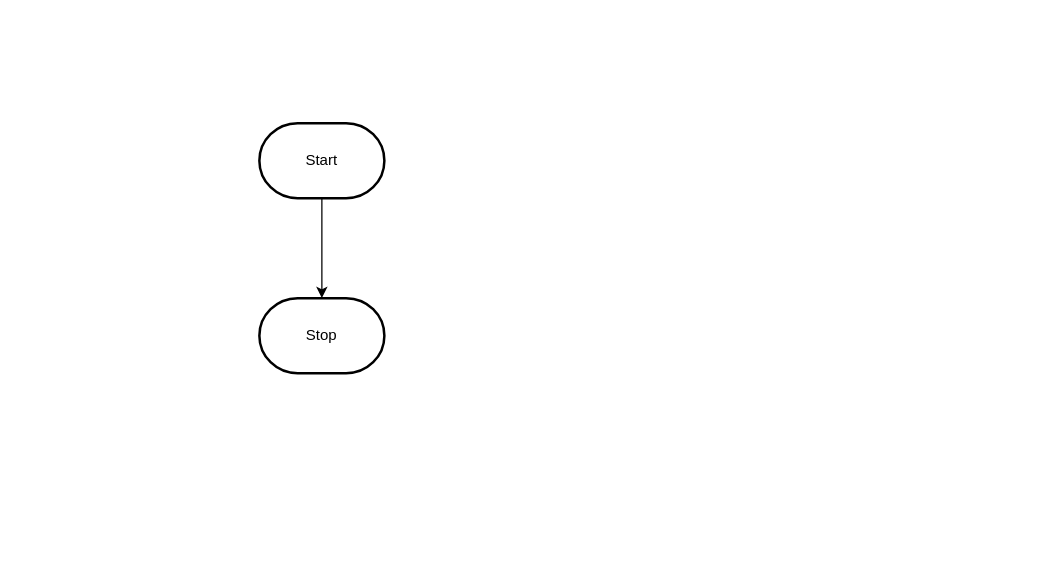
The draw.io diagram design/flowchart.drawio in MTHS-ICD2O-1-2023/ICD2O-Unit-5-03-manya-feng, before the edit. Source tidied: cells renumbered, new cells numbered last; positions are measured from the earlier drawing's top-left corner, leaving out a move shared by most shapes. Both pictures are drawn from the tidied source at 125%, with x=0, y=0 at pixel (259, 122).
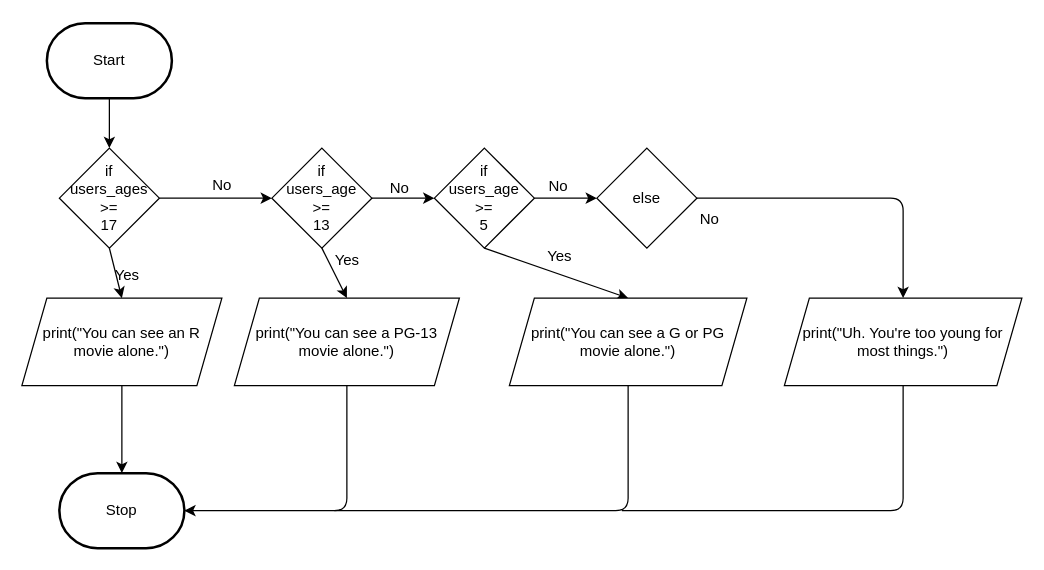
After the change.

Diff of the diagram source:
```diff
@@
-    <mxCell id="2" style="edgeStyle=orthogonalEdgeStyle;html=1;rounded=0;" parent="1" edge="1" source="3" target="4">
-      <mxGeometry relative="1" as="geometry" />
-    </mxCell>
+    <mxCell id="5" style="edgeStyle=none;html=1;exitX=0.5;exitY=1;exitDx=0;exitDy=0;exitPerimeter=0;entryX=0.5;entryY=0;entryDx=0;entryDy=0;" parent="1" edge="1" source="3" target="2">
+      <mxGeometry relative="1" as="geometry" />
+    </mxCell>
     <mxCell id="3" value="Start" style="strokeWidth=2;html=1;shape=mxgraph.flowchart.terminator;whiteSpace=wrap;" parent="1" vertex="1">
-      <mxGeometry width="100" height="60" as="geometry" />
+      <mxGeometry x="-170" y="-80" width="100" height="60" as="geometry" />
     </mxCell>
     <mxCell id="4" value="Stop" style="strokeWidth=2;html=1;shape=mxgraph.flowchart.terminator;whiteSpace=wrap;" parent="1" vertex="1">
-      <mxGeometry y="140" width="100" height="60" as="geometry" />
+      <mxGeometry x="-160" y="280" width="100" height="60" as="geometry" />
     </mxCell>
+    <mxCell id="6" style="edgeStyle=none;html=1;exitX=0.5;exitY=1;exitDx=0;exitDy=0;entryX=0.5;entryY=0;entryDx=0;entryDy=0;" parent="1" edge="1" source="2" target="9">
+      <mxGeometry relative="1" as="geometry" />
+    </mxCell>
+    <mxCell id="7" style="edgeStyle=none;html=1;exitX=1;exitY=0.5;exitDx=0;exitDy=0;entryX=0;entryY=0.5;entryDx=0;entryDy=0;" parent="1" edge="1" source="2" target="12">
+      <mxGeometry relative="1" as="geometry" />
+    </mxCell>
+    <mxCell id="2" value="if&lt;br&gt;users_ages&lt;br&gt;&amp;gt;=&lt;br&gt;17" style="rhombus;whiteSpace=wrap;html=1;" parent="1" vertex="1">
+      <mxGeometry x="-160" y="20" width="80" height="80" as="geometry" />
+    </mxCell>
+    <mxCell id="8" style="edgeStyle=none;html=1;exitX=0.5;exitY=1;exitDx=0;exitDy=0;entryX=0.5;entryY=0;entryDx=0;entryDy=0;entryPerimeter=0;" parent="1" edge="1" source="9" target="4">
+      <mxGeometry relative="1" as="geometry" />
+    </mxCell>
+    <mxCell id="9" value="print(&quot;You can see an R movie alone.&quot;)" style="shape=parallelogram;perimeter=parallelogramPerimeter;whiteSpace=wrap;html=1;fixedSize=1;" parent="1" vertex="1">
+      <mxGeometry x="-190" y="140" width="160" height="70" as="geometry" />
+    </mxCell>
+    <mxCell id="10" style="edgeStyle=none;html=1;exitX=1;exitY=0.5;exitDx=0;exitDy=0;entryX=0;entryY=0.5;entryDx=0;entryDy=0;" parent="1" edge="1" source="12" target="16">
+      <mxGeometry relative="1" as="geometry" />
+    </mxCell>
+    <mxCell id="11" style="edgeStyle=none;html=1;exitX=0.5;exitY=1;exitDx=0;exitDy=0;entryX=0.5;entryY=0;entryDx=0;entryDy=0;" parent="1" edge="1" source="12" target="22">
+      <mxGeometry relative="1" as="geometry" />
+    </mxCell>
+    <mxCell id="12" value="if&lt;br&gt;users_age&lt;br&gt;&amp;gt;=&lt;br&gt;13" style="rhombus;whiteSpace=wrap;html=1;" parent="1" vertex="1">
+      <mxGeometry x="10" y="20" width="80" height="80" as="geometry" />
+    </mxCell>
+    <mxCell id="13" value="No" style="text;html=1;align=center;verticalAlign=middle;strokeColor=none;fillColor=none;" parent="1" vertex="1">
+      <mxGeometry x="-50" y="35" width="40" height="30" as="geometry" />
+    </mxCell>
+    <mxCell id="14" style="edgeStyle=none;html=1;exitX=1;exitY=0.5;exitDx=0;exitDy=0;entryX=0;entryY=0.5;entryDx=0;entryDy=0;" parent="1" edge="1" source="16" target="19">
+      <mxGeometry relative="1" as="geometry" />
+    </mxCell>
+    <mxCell id="15" style="edgeStyle=none;html=1;exitX=0.5;exitY=1;exitDx=0;exitDy=0;entryX=0.5;entryY=0;entryDx=0;entryDy=0;" parent="1" edge="1" source="16" target="23">
+      <mxGeometry relative="1" as="geometry" />
+    </mxCell>
+    <mxCell id="16" value="if&lt;br&gt;users_age&lt;br&gt;&amp;gt;=&lt;br&gt;5" style="rhombus;whiteSpace=wrap;html=1;" parent="1" vertex="1">
+      <mxGeometry x="140" y="20" width="80" height="80" as="geometry" />
+    </mxCell>
+    <mxCell id="17" value="No" style="text;html=1;align=center;verticalAlign=middle;strokeColor=none;fillColor=none;" parent="1" vertex="1">
+      <mxGeometry x="92" y="37" width="40" height="30" as="geometry" />
+    </mxCell>
+    <mxCell id="18" style="edgeStyle=none;html=1;exitX=1;exitY=0.5;exitDx=0;exitDy=0;entryX=0.5;entryY=0;entryDx=0;entryDy=0;" parent="1" edge="1" source="19" target="24">
+      <mxGeometry relative="1" as="geometry">
+        <Array as="points">
+          <mxPoint x="515" y="60" />
+        </Array>
+      </mxGeometry>
+    </mxCell>
+    <mxCell id="19" value="else" style="rhombus;whiteSpace=wrap;html=1;" parent="1" vertex="1">
+      <mxGeometry x="270" y="20" width="80" height="80" as="geometry" />
+    </mxCell>
+    <mxCell id="20" value="No" style="text;html=1;align=center;verticalAlign=middle;strokeColor=none;fillColor=none;" parent="1" vertex="1">
+      <mxGeometry x="219" y="36" width="40" height="30" as="geometry" />
+    </mxCell>
+    <mxCell id="21" style="edgeStyle=none;html=1;exitX=0.5;exitY=1;exitDx=0;exitDy=0;entryX=1;entryY=0.5;entryDx=0;entryDy=0;entryPerimeter=0;" parent="1" edge="1" source="22" target="4">
+      <mxGeometry relative="1" as="geometry">
+        <Array as="points">
+          <mxPoint x="70" y="310" />
+        </Array>
+      </mxGeometry>
+    </mxCell>
+    <mxCell id="22" value="print(&quot;You can see a PG-13 movie alone.&quot;)" style="shape=parallelogram;perimeter=parallelogramPerimeter;whiteSpace=wrap;html=1;fixedSize=1;" parent="1" vertex="1">
+      <mxGeometry x="-20" y="140" width="180" height="70" as="geometry" />
+    </mxCell>
+    <mxCell id="23" value="print(&quot;You can see a G or PG movie alone.&quot;)" style="shape=parallelogram;perimeter=parallelogramPerimeter;whiteSpace=wrap;html=1;fixedSize=1;" parent="1" vertex="1">
+      <mxGeometry x="200" y="140" width="190" height="70" as="geometry" />
+    </mxCell>
+    <mxCell id="24" value="print(&quot;Uh. You're too young for most things.&quot;)" style="shape=parallelogram;perimeter=parallelogramPerimeter;whiteSpace=wrap;html=1;fixedSize=1;" parent="1" vertex="1">
+      <mxGeometry x="420" y="140" width="190" height="70" as="geometry" />
+    </mxCell>
+    <mxCell id="25" value="Yes" style="text;html=1;align=center;verticalAlign=middle;strokeColor=none;fillColor=none;" parent="1" vertex="1">
+      <mxGeometry x="-126" y="107" width="40" height="30" as="geometry" />
+    </mxCell>
+    <mxCell id="26" value="Yes" style="text;html=1;align=center;verticalAlign=middle;strokeColor=none;fillColor=none;" parent="1" vertex="1">
+      <mxGeometry x="50" y="95" width="40" height="30" as="geometry" />
+    </mxCell>
+    <mxCell id="27" value="Yes" style="text;html=1;align=center;verticalAlign=middle;strokeColor=none;fillColor=none;" parent="1" vertex="1">
+      <mxGeometry x="220" y="92" width="40" height="30" as="geometry" />
+    </mxCell>
+    <mxCell id="28" value="No&lt;br&gt;" style="text;html=1;align=center;verticalAlign=middle;strokeColor=none;fillColor=none;" parent="1" vertex="1">
+      <mxGeometry x="340" y="62" width="40" height="30" as="geometry" />
+    </mxCell>
+    <mxCell id="29" style="endArrow=none;html=1;entryX=0.5;entryY=1;entryDx=0;entryDy=0;" parent="1" edge="1" target="23">
+      <mxGeometry relative="1" as="geometry">
+        <mxPoint x="60" y="310" as="sourcePoint" />
+        <Array as="points">
+          <mxPoint x="295" y="310" />
+        </Array>
+      </mxGeometry>
+    </mxCell>
+    <mxCell id="30" style="endArrow=none;html=1;entryX=0.5;entryY=1;entryDx=0;entryDy=0;" parent="1" edge="1" target="24">
+      <mxGeometry relative="1" as="geometry">
+        <mxPoint x="290" y="310" as="sourcePoint" />
+        <Array as="points">
+          <mxPoint x="515" y="310" />
+        </Array>
+      </mxGeometry>
+    </mxCell>
```
